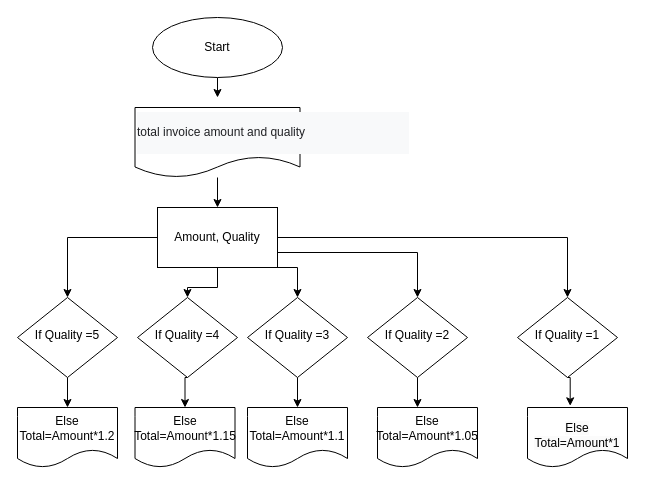
Melly2929/Probando keeps this draw.io diagram as Diagrama sin título.drawio. Above is the earlier version. Source tidied: cells renumbered, new cells numbered last; positions are measured from the earlier drawing's top-left corner, leaving out a move shared by most shapes. Both pictures are drawn from the tidied source at 100%, with x=0, y=0 at pixel (17, 17).
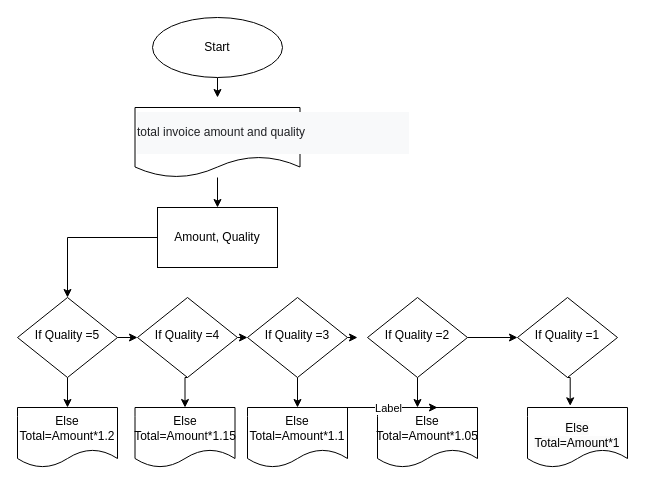
After the change.

The change refers to these unchanged cells:
```xml
<mxCell id="3" value="If Quality =4" style="rhombus;whiteSpace=wrap;html=1;shadow=0;fontFamily=Helvetica;fontSize=12;align=center;strokeWidth=1;spacing=6;spacingTop=-4;" parent="1" vertex="1">
  <mxGeometry x="120" y="280" width="100" height="80" as="geometry" />
</mxCell>
<mxCell id="5" value="If Quality =1" style="rhombus;whiteSpace=wrap;html=1;shadow=0;fontFamily=Helvetica;fontSize=12;align=center;strokeWidth=1;spacing=6;spacingTop=-4;" parent="1" vertex="1">
  <mxGeometry x="500" y="280" width="100" height="80" as="geometry" />
</mxCell>
<mxCell id="15" value="Amount, Quality" style="rounded=0;whiteSpace=wrap;html=1;" parent="1" vertex="1">
  <mxGeometry x="140" y="190" width="120" height="60" as="geometry" />
</mxCell>
<mxCell id="17" value="If Quality =5" style="rhombus;whiteSpace=wrap;html=1;shadow=0;fontFamily=Helvetica;fontSize=12;align=center;strokeWidth=1;spacing=6;spacingTop=-4;" parent="1" vertex="1">
  <mxGeometry y="280" width="100" height="80" as="geometry" />
</mxCell>
<mxCell id="19" value="If Quality =3" style="rhombus;whiteSpace=wrap;html=1;shadow=0;fontFamily=Helvetica;fontSize=12;align=center;strokeWidth=1;spacing=6;spacingTop=-4;" parent="1" vertex="1">
  <mxGeometry x="230" y="280" width="100" height="80" as="geometry" />
</mxCell>
<mxCell id="21" value="If Quality =2" style="rhombus;whiteSpace=wrap;html=1;shadow=0;fontFamily=Helvetica;fontSize=12;align=center;strokeWidth=1;spacing=6;spacingTop=-4;" parent="1" vertex="1">
  <mxGeometry x="350" y="280" width="100" height="80" as="geometry" />
</mxCell>
```

The edit, as a diff of the source:
```diff
@@
+    <mxCell id="27" style="edgeStyle=orthogonalEdgeStyle;rounded=0;jettySize=auto;html=1;exitX=1;exitY=0.5;exitDx=0;exitDy=0;entryX=0;entryY=0.5;entryDx=0;entryDy=0;" parent="1" edge="1" source="3" target="19">
+      <mxGeometry relative="1" as="geometry" />
+    </mxCell>
@@
-    <mxCell id="11" style="edgeStyle=orthogonalEdgeStyle;rounded=0;jettySize=auto;html=1;exitX=0.5;exitY=1;exitDx=0;exitDy=0;entryX=0.5;entryY=0;entryDx=0;entryDy=0;" parent="1" edge="1" source="15" target="3">
-      <mxGeometry relative="1" as="geometry" />
-    </mxCell>
-    <mxCell id="12" style="edgeStyle=orthogonalEdgeStyle;rounded=0;jettySize=auto;html=1;entryX=0.5;entryY=0;entryDx=0;entryDy=0;" parent="1" edge="1" source="15" target="5">
-      <mxGeometry relative="1" as="geometry">
-        <Array as="points">
-          <mxPoint x="550" y="220" />
-        </Array>
-      </mxGeometry>
-    </mxCell>
-    <mxCell id="13" style="edgeStyle=orthogonalEdgeStyle;rounded=0;jettySize=auto;html=1;exitX=1;exitY=0.75;exitDx=0;exitDy=0;entryX=0.5;entryY=0;entryDx=0;entryDy=0;" parent="1" edge="1" source="15" target="21">
-      <mxGeometry relative="1" as="geometry" />
-    </mxCell>
-    <mxCell id="14" style="edgeStyle=orthogonalEdgeStyle;rounded=0;jettySize=auto;html=1;exitX=1;exitY=1;exitDx=0;exitDy=0;entryX=0.5;entryY=0;entryDx=0;entryDy=0;" parent="1" edge="1" source="15" target="19">
-      <mxGeometry relative="1" as="geometry" />
-    </mxCell>
@@
+    <mxCell id="28" style="edgeStyle=orthogonalEdgeStyle;rounded=0;jettySize=auto;html=1;exitX=1;exitY=0.5;exitDx=0;exitDy=0;entryX=0;entryY=0.5;entryDx=0;entryDy=0;" parent="1" edge="1" source="17" target="3">
+      <mxGeometry relative="1" as="geometry" />
+    </mxCell>
@@
+    <mxCell id="29" style="edgeStyle=orthogonalEdgeStyle;rounded=0;jettySize=auto;html=1;exitX=1;exitY=0.5;exitDx=0;exitDy=0;" parent="1" edge="1" source="19">
+      <mxGeometry relative="1" as="geometry">
+        <mxPoint x="340" y="320" as="targetPoint" />
+      </mxGeometry>
+    </mxCell>
@@
+    <mxCell id="30" style="edgeStyle=orthogonalEdgeStyle;rounded=0;jettySize=auto;html=1;exitX=1;exitY=0.5;exitDx=0;exitDy=0;entryX=0;entryY=0.5;entryDx=0;entryDy=0;" parent="1" edge="1" source="21" target="5">
+      <mxGeometry relative="1" as="geometry" />
+    </mxCell>
@@
+    <mxCell id="31" style="endArrow=classic;html=1;rounded=0;" parent="1" edge="1">
+      <mxGeometry relative="1" as="geometry">
+        <mxPoint x="320" y="390" as="sourcePoint" />
+        <mxPoint x="420" y="390" as="targetPoint" />
+      </mxGeometry>
+    </mxCell>
+    <mxCell id="32" value="Label" style="edgeLabel;html=1;align=center;verticalAlign=middle;" parent="31" vertex="1">
+      <mxGeometry relative="1" as="geometry" />
+    </mxCell>
```
